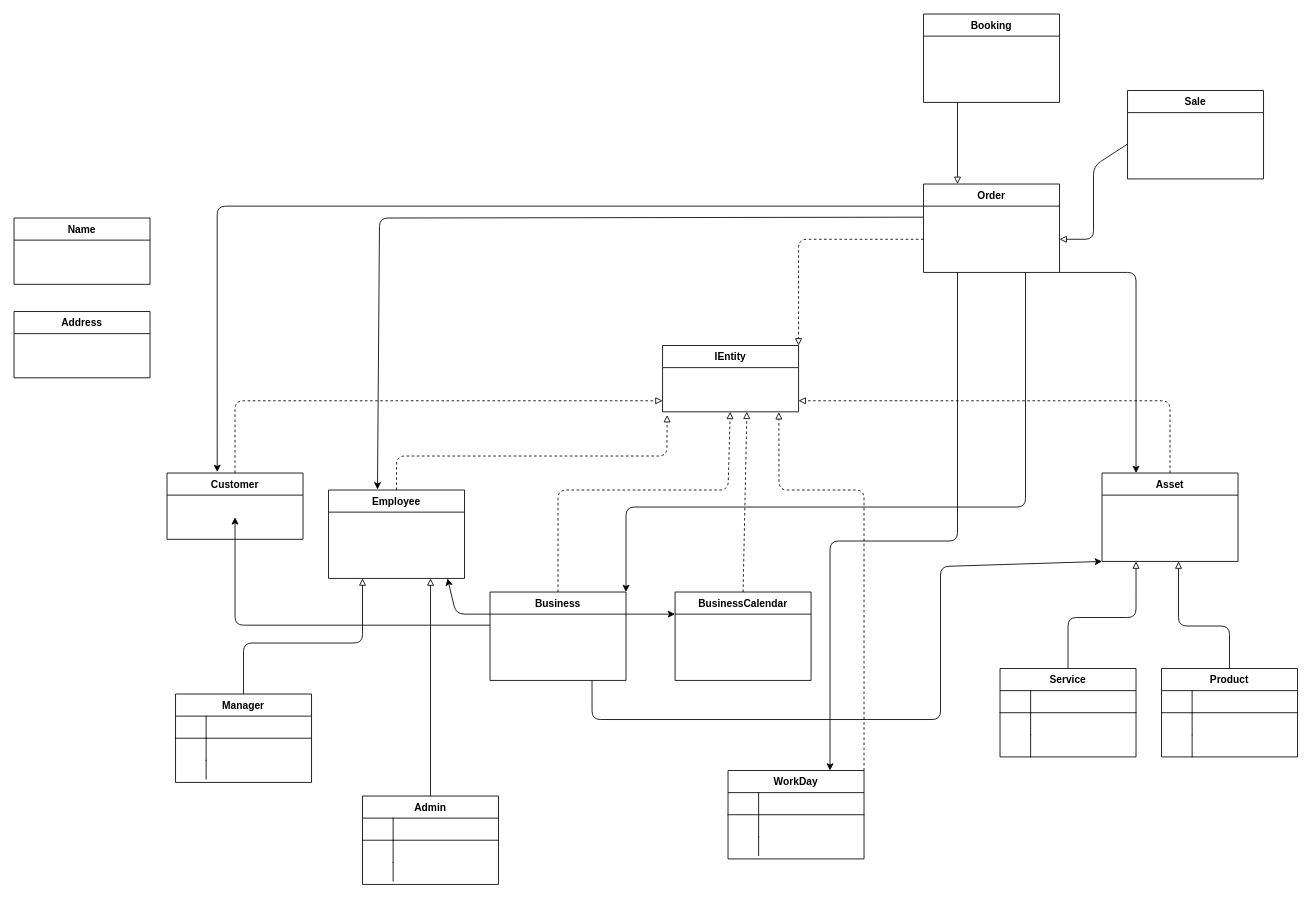
Earlier version of the draw.io diagram docs/Domain Relationship Diagram.drawio (devcicerojr/booksa). Source tidied: cells renumbered, new cells numbered last; positions are measured from the earlier drawing's top-left corner, leaving out a move shared by most shapes. Both pictures are drawn from the tidied source at 85%, with x=0, y=0 at pixel (14, 14).
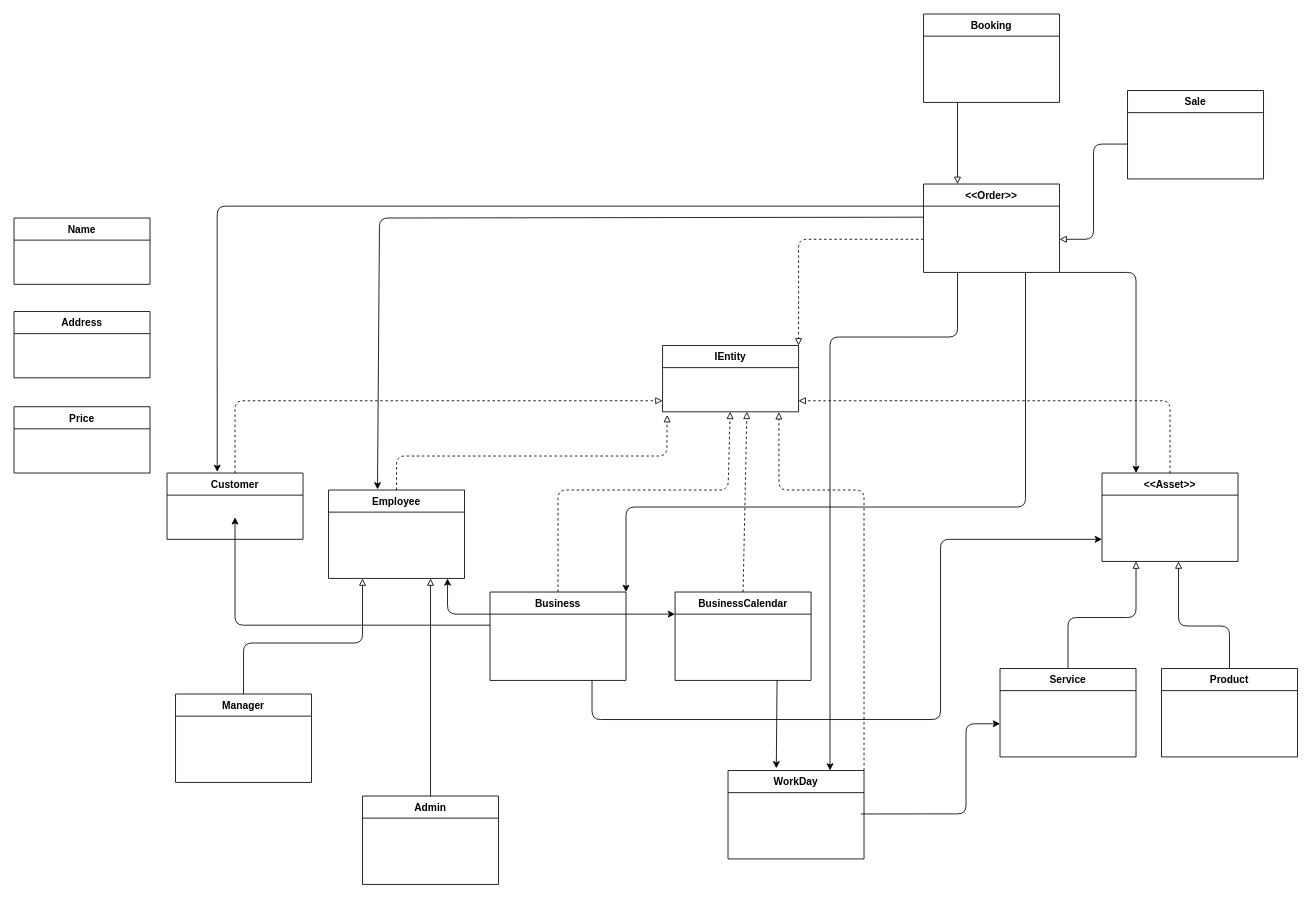
The same diagram, later.

Unchanged cells that the change refers to:
```xml
<mxCell id="7" value="Service" style="swimlane;fontStyle=1;horizontal=1;startSize=26;rounded=0;shadow=0;strokeWidth=1;" parent="1" vertex="1">
  <mxGeometry x="1160" y="770" width="160" height="104" as="geometry" />
</mxCell>
<mxCell id="14" value="Product" style="swimlane;fontStyle=1;horizontal=1;startSize=26;rounded=0;shadow=0;strokeWidth=1;" parent="1" vertex="1">
  <mxGeometry x="1350" y="770" width="160" height="104" as="geometry" />
</mxCell>
<mxCell id="25" value="Business" style="swimlane;fontStyle=1;horizontal=1;startSize=26;rounded=0;shadow=0;strokeWidth=1;" parent="1" vertex="1">
  <mxGeometry x="560" y="680" width="160" height="104" as="geometry" />
</mxCell>
<mxCell id="26" value="BusinessCalendar" style="swimlane;fontStyle=1;horizontal=1;startSize=26;rounded=0;shadow=0;strokeWidth=1;" parent="1" vertex="1">
  <mxGeometry x="777.7" y="680" width="160" height="104" as="geometry" />
</mxCell>
<mxCell id="29" value="Manager" style="swimlane;fontStyle=1;horizontal=1;startSize=26;rounded=0;shadow=0;strokeWidth=1;" parent="1" vertex="1">
  <mxGeometry x="190" y="800" width="160" height="104" as="geometry" />
</mxCell>
<mxCell id="36" value="Admin" style="swimlane;fontStyle=1;horizontal=1;startSize=26;rounded=0;shadow=0;strokeWidth=1;" parent="1" vertex="1">
  <mxGeometry x="410" y="920" width="160" height="104" as="geometry" />
</mxCell>
<mxCell id="55" value="WorkDay" style="swimlane;fontStyle=1;horizontal=1;startSize=26;rounded=0;shadow=0;strokeWidth=1;" parent="1" vertex="1">
  <mxGeometry x="840" y="890" width="160" height="104" as="geometry" />
</mxCell>
```

Change to the diagram source:
```diff
@@
-    <mxCell id="3" value="Asset" style="swimlane;fontStyle=1;horizontal=1;startSize=26;rounded=0;shadow=0;strokeWidth=1;" parent="1" vertex="1">
+    <mxCell id="3" value="&lt;&lt;Asset&gt;&gt;" style="swimlane;fontStyle=1;horizontal=1;startSize=26;rounded=0;shadow=0;strokeWidth=1;" parent="1" vertex="1">
       <mxGeometry x="1280" y="540" width="160" height="104" as="geometry" />
     </mxCell>
@@
-    <mxCell id="8" style="shape=partialRectangle;top=0;left=0;right=0;bottom=1;align=left;verticalAlign=top;fillColor=none;spacingLeft=40;spacingRight=4;overflow=hidden;rounded=0;shadow=0;strokeWidth=1;fontStyle=4;" parent="7" vertex="1">
-      <mxGeometry y="26" width="160" height="26" as="geometry" />
-    </mxCell>
-    <mxCell id="9" style="shape=partialRectangle;top=0;left=0;bottom=0;fillColor=none;align=left;verticalAlign=top;spacingLeft=4;spacingRight=4;overflow=hidden;" parent="8" vertex="1">
-      <mxGeometry width="36" height="26" as="geometry" />
-    </mxCell>
-    <mxCell id="10" style="shape=partialRectangle;top=0;left=0;right=0;bottom=0;align=left;verticalAlign=top;fillColor=none;spacingLeft=40;spacingRight=4;overflow=hidden;rounded=0;shadow=0;strokeWidth=1;" parent="7" vertex="1">
-      <mxGeometry y="52" width="160" height="26" as="geometry" />
-    </mxCell>
-    <mxCell id="11" style="shape=partialRectangle;top=0;left=0;bottom=0;fillColor=none;align=left;verticalAlign=top;spacingLeft=4;spacingRight=4;overflow=hidden;" parent="10" vertex="1">
-      <mxGeometry width="36" height="26" as="geometry" />
-    </mxCell>
-    <mxCell id="12" style="shape=partialRectangle;top=0;left=0;right=0;bottom=0;align=left;verticalAlign=top;fillColor=none;spacingLeft=40;spacingRight=4;overflow=hidden;rounded=0;shadow=0;strokeWidth=1;" parent="7" vertex="1">
-      <mxGeometry y="78" width="160" height="26" as="geometry" />
-    </mxCell>
-    <mxCell id="13" style="shape=partialRectangle;top=0;left=0;bottom=0;fillColor=none;align=left;verticalAlign=top;spacingLeft=4;spacingRight=4;overflow=hidden;" parent="12" vertex="1">
-      <mxGeometry width="36" height="26" as="geometry" />
-    </mxCell>
@@
-    <mxCell id="15" style="shape=partialRectangle;top=0;left=0;right=0;bottom=1;align=left;verticalAlign=top;fillColor=none;spacingLeft=40;spacingRight=4;overflow=hidden;rounded=0;shadow=0;strokeWidth=1;fontStyle=4;" parent="14" vertex="1">
-      <mxGeometry y="26" width="160" height="26" as="geometry" />
-    </mxCell>
-    <mxCell id="16" style="shape=partialRectangle;top=0;left=0;bottom=0;fillColor=none;align=left;verticalAlign=top;spacingLeft=4;spacingRight=4;overflow=hidden;" parent="15" vertex="1">
-      <mxGeometry width="36" height="26" as="geometry" />
-    </mxCell>
-    <mxCell id="17" style="shape=partialRectangle;top=0;left=0;right=0;bottom=0;align=left;verticalAlign=top;fillColor=none;spacingLeft=40;spacingRight=4;overflow=hidden;rounded=0;shadow=0;strokeWidth=1;" parent="14" vertex="1">
-      <mxGeometry y="52" width="160" height="26" as="geometry" />
-    </mxCell>
-    <mxCell id="18" style="shape=partialRectangle;top=0;left=0;bottom=0;fillColor=none;align=left;verticalAlign=top;spacingLeft=4;spacingRight=4;overflow=hidden;" parent="17" vertex="1">
-      <mxGeometry width="36" height="26" as="geometry" />
-    </mxCell>
-    <mxCell id="19" style="shape=partialRectangle;top=0;left=0;right=0;bottom=0;align=left;verticalAlign=top;fillColor=none;spacingLeft=40;spacingRight=4;overflow=hidden;rounded=0;shadow=0;strokeWidth=1;" parent="14" vertex="1">
-      <mxGeometry y="78" width="160" height="26" as="geometry" />
-    </mxCell>
-    <mxCell id="20" style="shape=partialRectangle;top=0;left=0;bottom=0;fillColor=none;align=left;verticalAlign=top;spacingLeft=4;spacingRight=4;overflow=hidden;" parent="19" vertex="1">
-      <mxGeometry width="36" height="26" as="geometry" />
-    </mxCell>
@@
-    <mxCell id="30" style="shape=partialRectangle;top=0;left=0;right=0;bottom=1;align=left;verticalAlign=top;fillColor=none;spacingLeft=40;spacingRight=4;overflow=hidden;rounded=0;shadow=0;strokeWidth=1;fontStyle=4;" parent="29" vertex="1">
-      <mxGeometry y="26" width="160" height="26" as="geometry" />
-    </mxCell>
-    <mxCell id="31" style="shape=partialRectangle;top=0;left=0;bottom=0;fillColor=none;align=left;verticalAlign=top;spacingLeft=4;spacingRight=4;overflow=hidden;" parent="30" vertex="1">
-      <mxGeometry width="36" height="26" as="geometry" />
-    </mxCell>
-    <mxCell id="32" style="shape=partialRectangle;top=0;left=0;right=0;bottom=0;align=left;verticalAlign=top;fillColor=none;spacingLeft=40;spacingRight=4;overflow=hidden;rounded=0;shadow=0;strokeWidth=1;" parent="29" vertex="1">
-      <mxGeometry y="52" width="160" height="26" as="geometry" />
-    </mxCell>
-    <mxCell id="33" style="shape=partialRectangle;top=0;left=0;bottom=0;fillColor=none;align=left;verticalAlign=top;spacingLeft=4;spacingRight=4;overflow=hidden;" parent="32" vertex="1">
-      <mxGeometry width="36" height="26" as="geometry" />
-    </mxCell>
-    <mxCell id="34" style="shape=partialRectangle;top=0;left=0;right=0;bottom=0;align=left;verticalAlign=top;fillColor=none;spacingLeft=40;spacingRight=4;overflow=hidden;rounded=0;shadow=0;strokeWidth=1;" parent="29" vertex="1">
-      <mxGeometry y="78" width="160" height="22" as="geometry" />
-    </mxCell>
-    <mxCell id="35" style="shape=partialRectangle;top=0;left=0;bottom=0;fillColor=none;align=left;verticalAlign=top;spacingLeft=4;spacingRight=4;overflow=hidden;" parent="34" vertex="1">
-      <mxGeometry width="36" height="22" as="geometry" />
-    </mxCell>
@@
-    <mxCell id="37" style="shape=partialRectangle;top=0;left=0;right=0;bottom=1;align=left;verticalAlign=top;fillColor=none;spacingLeft=40;spacingRight=4;overflow=hidden;rounded=0;shadow=0;strokeWidth=1;fontStyle=4;" parent="36" vertex="1">
-      <mxGeometry y="26" width="160" height="26" as="geometry" />
-    </mxCell>
-    <mxCell id="38" style="shape=partialRectangle;top=0;left=0;bottom=0;fillColor=none;align=left;verticalAlign=top;spacingLeft=4;spacingRight=4;overflow=hidden;" parent="37" vertex="1">
-      <mxGeometry width="36" height="26" as="geometry" />
-    </mxCell>
-    <mxCell id="39" style="shape=partialRectangle;top=0;left=0;right=0;bottom=0;align=left;verticalAlign=top;fillColor=none;spacingLeft=40;spacingRight=4;overflow=hidden;rounded=0;shadow=0;strokeWidth=1;" parent="36" vertex="1">
-      <mxGeometry y="52" width="160" height="26" as="geometry" />
-    </mxCell>
-    <mxCell id="40" style="shape=partialRectangle;top=0;left=0;bottom=0;fillColor=none;align=left;verticalAlign=top;spacingLeft=4;spacingRight=4;overflow=hidden;" parent="39" vertex="1">
-      <mxGeometry width="36" height="26" as="geometry" />
-    </mxCell>
-    <mxCell id="41" style="shape=partialRectangle;top=0;left=0;right=0;bottom=0;align=left;verticalAlign=top;fillColor=none;spacingLeft=40;spacingRight=4;overflow=hidden;rounded=0;shadow=0;strokeWidth=1;" parent="36" vertex="1">
-      <mxGeometry y="78" width="160" height="22" as="geometry" />
-    </mxCell>
-    <mxCell id="42" style="shape=partialRectangle;top=0;left=0;bottom=0;fillColor=none;align=left;verticalAlign=top;spacingLeft=4;spacingRight=4;overflow=hidden;" parent="41" vertex="1">
-      <mxGeometry width="36" height="22" as="geometry" />
-    </mxCell>
@@
     <mxCell id="45" style="endArrow=classic;html=1;exitX=0;exitY=0.25;exitDx=0;exitDy=0;" parent="1" edge="1" source="25">
       <mxGeometry relative="1" as="geometry">
         <mxPoint x="510" y="664" as="targetPoint" />
         <Array as="points">
-          <mxPoint x="520" y="706" />
+          <mxPoint x="510" y="706" />
         </Array>
       </mxGeometry>
     </mxCell>
@@
-    <mxCell id="47" value="Order" style="swimlane;fontStyle=1;horizontal=1;startSize=26;rounded=0;shadow=0;strokeWidth=1;" parent="1" vertex="1">
+    <mxCell id="47" value="&lt;&lt;Order&gt;&gt;" style="swimlane;fontStyle=1;horizontal=1;startSize=26;rounded=0;shadow=0;strokeWidth=1;" parent="1" vertex="1">
       <mxGeometry x="1070" y="200" width="160" height="104" as="geometry" />
     </mxCell>
@@
     <mxCell id="52" style="endArrow=block;html=1;endFill=0;exitX=0;exitY=0.5;exitDx=0;exitDy=0;" parent="1" edge="1">
       <mxGeometry relative="1" as="geometry">
         <mxPoint x="1310" y="153" as="sourcePoint" />
         <mxPoint x="1230" y="265" as="targetPoint" />
         <Array as="points">
-          <mxPoint x="1270" y="179" />
+          <mxPoint x="1270" y="153" />
           <mxPoint x="1270" y="265" />
         </Array>
       </mxGeometry>
     </mxCell>
@@
-    <mxCell id="56" style="shape=partialRectangle;top=0;left=0;right=0;bottom=1;align=left;verticalAlign=top;fillColor=none;spacingLeft=40;spacingRight=4;overflow=hidden;rounded=0;shadow=0;strokeWidth=1;fontStyle=4;" parent="55" vertex="1">
-      <mxGeometry y="26" width="160" height="26" as="geometry" />
-    </mxCell>
-    <mxCell id="57" style="shape=partialRectangle;top=0;left=0;bottom=0;fillColor=none;align=left;verticalAlign=top;spacingLeft=4;spacingRight=4;overflow=hidden;" parent="56" vertex="1">
-      <mxGeometry width="36" height="26" as="geometry" />
-    </mxCell>
-    <mxCell id="58" style="shape=partialRectangle;top=0;left=0;right=0;bottom=0;align=left;verticalAlign=top;fillColor=none;spacingLeft=40;spacingRight=4;overflow=hidden;rounded=0;shadow=0;strokeWidth=1;" parent="55" vertex="1">
-      <mxGeometry y="52" width="160" height="26" as="geometry" />
-    </mxCell>
-    <mxCell id="59" style="shape=partialRectangle;top=0;left=0;bottom=0;fillColor=none;align=left;verticalAlign=top;spacingLeft=4;spacingRight=4;overflow=hidden;" parent="58" vertex="1">
-      <mxGeometry width="36" height="26" as="geometry" />
-    </mxCell>
-    <mxCell id="60" style="shape=partialRectangle;top=0;left=0;right=0;bottom=0;align=left;verticalAlign=top;fillColor=none;spacingLeft=40;spacingRight=4;overflow=hidden;rounded=0;shadow=0;strokeWidth=1;" parent="55" vertex="1">
-      <mxGeometry y="78" width="160" height="22" as="geometry" />
-    </mxCell>
-    <mxCell id="61" style="shape=partialRectangle;top=0;left=0;bottom=0;fillColor=none;align=left;verticalAlign=top;spacingLeft=4;spacingRight=4;overflow=hidden;" parent="60" vertex="1">
-      <mxGeometry width="36" height="22" as="geometry" />
-    </mxCell>
     <mxCell id="62" style="endArrow=classic;html=1;endFill=1;entryX=0.75;entryY=0;entryDx=0;entryDy=0;exitX=0.25;exitY=1;exitDx=0;exitDy=0;" parent="1" edge="1" source="47" target="55">
       <mxGeometry relative="1" as="geometry">
         <Array as="points">
-          <mxPoint x="1110" y="620" />
-          <mxPoint x="960" y="620" />
+          <mxPoint x="1110" y="380" />
+          <mxPoint x="1060" y="380" />
+          <mxPoint x="960" y="380" />
         </Array>
       </mxGeometry>
     </mxCell>
@@
-    <mxCell id="69" style="endArrow=classic;html=1;exitX=0.75;exitY=1;exitDx=0;exitDy=0;entryX=0;entryY=1;entryDx=0;entryDy=0;" parent="1" edge="1" source="25" target="3">
+    <mxCell id="69" style="endArrow=classic;html=1;exitX=0.75;exitY=1;exitDx=0;exitDy=0;" parent="1" edge="1" source="25">
       <mxGeometry relative="1" as="geometry">
+        <mxPoint x="1280" y="618" as="targetPoint" />
         <Array as="points">
           <mxPoint x="680" y="830" />
           <mxPoint x="1090" y="830" />
-          <mxPoint x="1090" y="650" />
+          <mxPoint x="1090" y="618" />
         </Array>
       </mxGeometry>
     </mxCell>
+    <mxCell id="70" style="endArrow=classic;html=1;exitX=0.75;exitY=1;exitDx=0;exitDy=0;entryX=0.355;entryY=-0.025;entryDx=0;entryDy=0;entryPerimeter=0;" parent="1" edge="1" source="26" target="55">
+      <mxGeometry relative="1" as="geometry" />
+    </mxCell>
+    <mxCell id="71" style="endArrow=classic;html=1;exitX=0.977;exitY=-0.033;exitDx=0;exitDy=0;exitPerimeter=0;entryX=0;entryY=0.5;entryDx=0;entryDy=0;" parent="1" edge="1">
+      <mxGeometry relative="1" as="geometry">
+        <mxPoint x="996.3" y="941.1" as="sourcePoint" />
+        <mxPoint x="1160" y="835" as="targetPoint" />
+        <Array as="points">
+          <mxPoint x="1120" y="941" />
+          <mxPoint x="1120" y="835" />
+        </Array>
+      </mxGeometry>
+    </mxCell>
+    <mxCell id="72" value="Price" style="swimlane;fontStyle=1;horizontal=1;startSize=26;rounded=0;shadow=0;strokeWidth=1;" parent="1" vertex="1">
+      <mxGeometry y="462" width="160" height="78" as="geometry" />
+    </mxCell>
```
